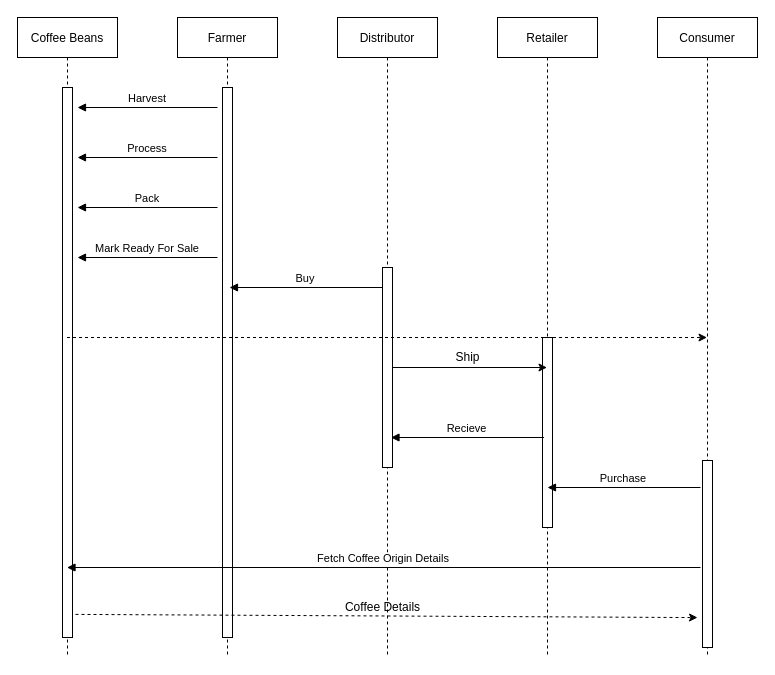
Before: design-diagrams/raw/sequence-diagram.drawio in Tarunshrma/coffee-supply-chain-ethereum, a draw.io diagram. Source tidied: cells renumbered, new cells numbered last; positions are measured from the earlier drawing's top-left corner, leaving out a move shared by most shapes. Both pictures are drawn from the tidied source at 100%, with x=0, y=0 at pixel (17, 17).
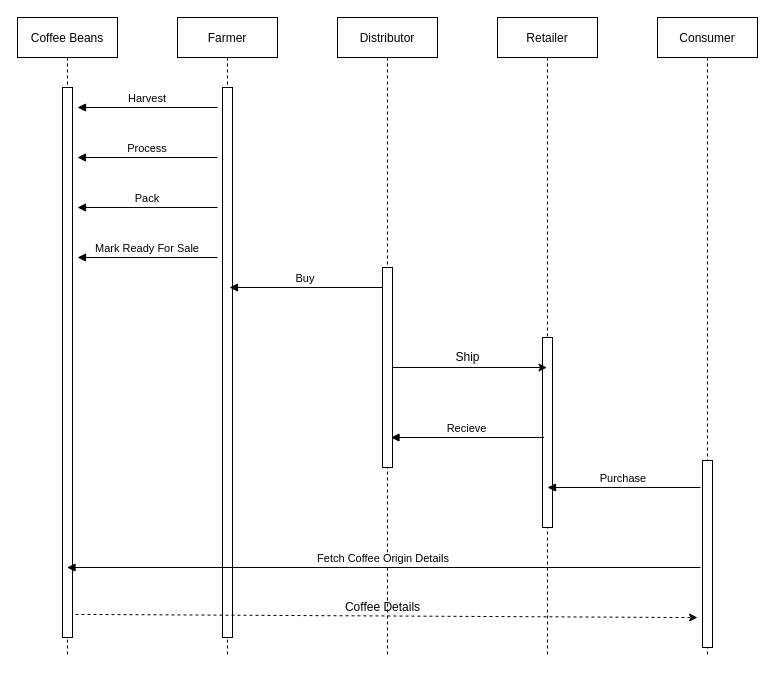
The same page after the edit.

Commit message (it also covers changes not shown here):
change in sequence diagram

Unchanged cells that the change refers to:
```xml
<mxCell id="2" value="Coffee Beans" style="shape=umlLifeline;perimeter=lifelinePerimeter;rounded=0;shadow=0;strokeWidth=1;" parent="1" vertex="1">
  <mxGeometry width="100" height="640" as="geometry" />
</mxCell>
<mxCell id="13" value="Consumer" style="shape=umlLifeline;perimeter=lifelinePerimeter;rounded=0;shadow=0;strokeWidth=1;" parent="1" vertex="1">
  <mxGeometry x="640" width="100" height="640" as="geometry" />
</mxCell>
```

Diff of the diagram source:
```diff
@@
-    <mxCell id="22" style="html=1;labelBackgroundColor=#ffffff;startArrow=none;startFill=0;startSize=6;endArrow=classic;endFill=1;endSize=6;jettySize=auto;strokeWidth=1;dashed=1;fontSize=14;" parent="1" edge="1" source="2" target="13">
-      <mxGeometry relative="1" as="geometry" />
-    </mxCell>
```
